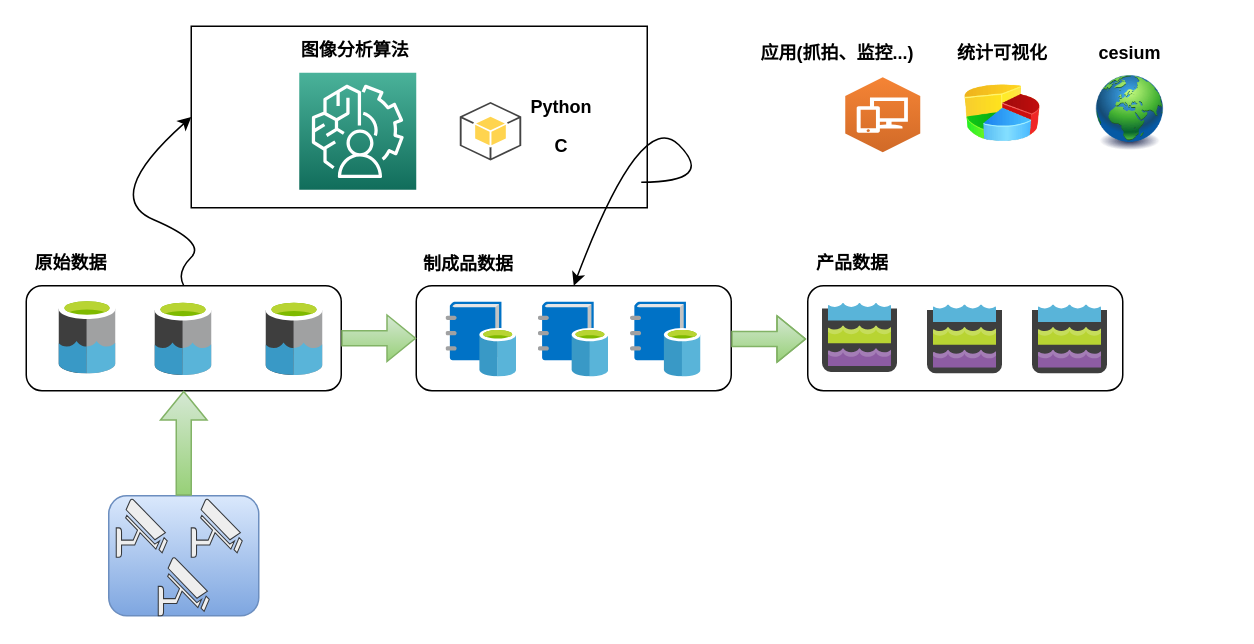
This is 算法对接.drawio from liz2m/draw.images, a draw.io file, before an edit. Source tidied: cells renumbered, new cells numbered last; positions are measured from the earlier drawing's top-left corner, leaving out a move shared by most shapes. Both pictures are drawn from the tidied source at 150%, with x=0, y=0 at pixel (26, 26).
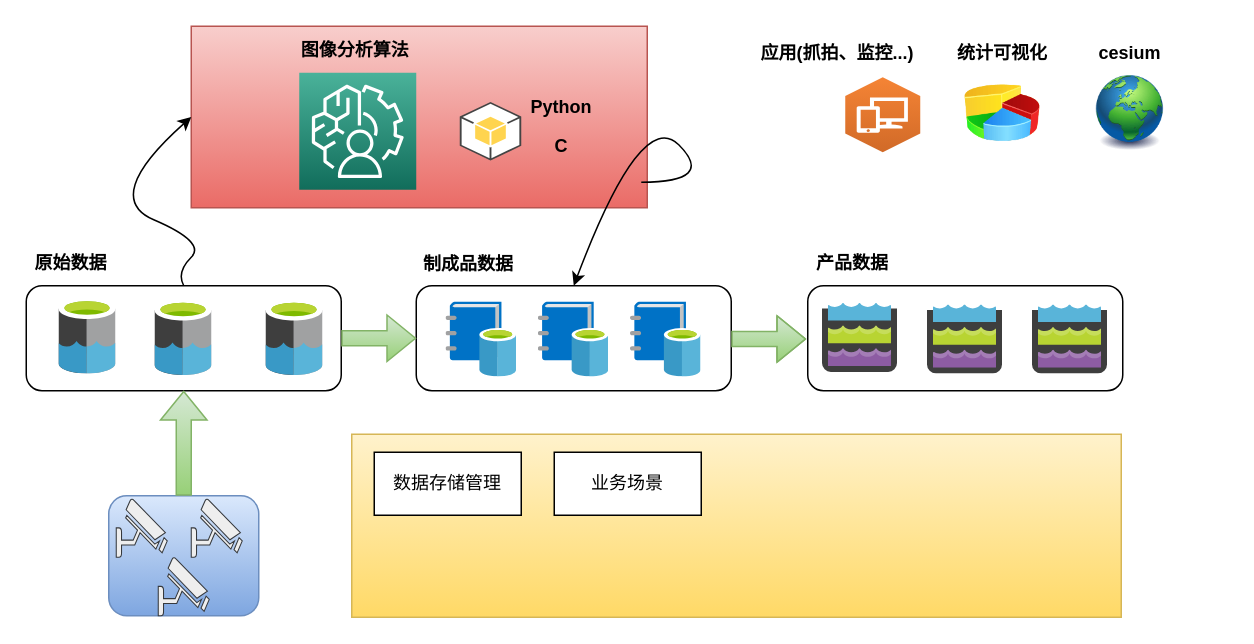
The same diagram, later.

Diff of the diagram source:
```diff
@@
-    <mxCell id="2" style="rounded=0;whiteSpace=wrap;html=1;" parent="1" vertex="1">
+    <mxCell id="2" style="rounded=0;whiteSpace=wrap;html=1;fillColor=#f8cecc;gradientColor=#ea6b66;strokeColor=#b85450;" parent="1" vertex="1">
       <mxGeometry x="110" width="304" height="121" as="geometry" />
     </mxCell>
@@
+    <mxCell id="38" style="rounded=0;whiteSpace=wrap;html=1;fillColor=#fff2cc;gradientColor=#ffd966;strokeColor=#d6b656;" parent="1" vertex="1">
+      <mxGeometry x="217" y="272" width="513" height="122" as="geometry" />
+    </mxCell>
+    <mxCell id="39" value="数据存储管理" style="rounded=0;whiteSpace=wrap;html=1;" parent="1" vertex="1">
+      <mxGeometry x="232" y="284" width="98" height="42" as="geometry" />
+    </mxCell>
+    <mxCell id="40" value="业务场景" style="rounded=0;whiteSpace=wrap;html=1;" parent="1" vertex="1">
+      <mxGeometry x="352" y="284" width="98" height="42" as="geometry" />
+    </mxCell>
```
